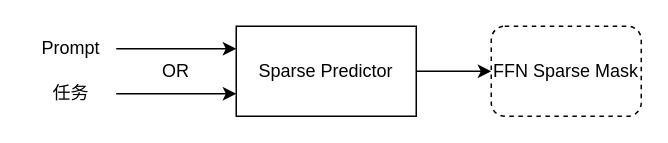
Before: llama.cpp/大语言模型的指令跟踪修剪.drawio in mailonghua/drawio, a draw.io diagram. Source tidied: cells renumbered, new cells numbered last; positions are measured from the earlier drawing's top-left corner, leaving out a move shared by most shapes. Both pictures are drawn from the tidied source at 150%, with x=0, y=0 at pixel (26, 26).
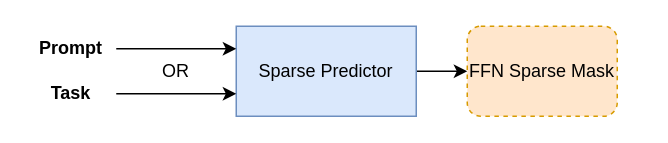
After the change.

Commit message (it also covers changes not shown here):
更新大语言模型的指令跟踪修剪.drawio

The edit, as a diff of the source:
```diff
@@
 <mxGraphModel>
   <root>
     <mxCell id="0" />
     <mxCell id="1" parent="0" />
     <mxCell id="2" style="edgeStyle=orthogonalEdgeStyle;rounded=0;jettySize=auto;html=1;" parent="1" edge="1" source="3" target="8">
       <mxGeometry relative="1" as="geometry" />
     </mxCell>
-    <mxCell id="3" value="Sparse Predictor" style="rounded=0;whiteSpace=wrap;html=1;" parent="1" vertex="1">
+    <mxCell id="3" value="Sparse Predictor" style="rounded=0;whiteSpace=wrap;html=1;fillColor=#dae8fc;strokeColor=#6c8ebf;" parent="1" vertex="1">
       <mxGeometry x="140" width="120" height="60" as="geometry" />
     </mxCell>
     <mxCell id="4" style="edgeStyle=orthogonalEdgeStyle;rounded=0;jettySize=auto;html=1;exitX=1;exitY=0.5;exitDx=0;exitDy=0;entryX=0;entryY=0.25;entryDx=0;entryDy=0;" parent="1" edge="1" source="5" target="3">
       <mxGeometry relative="1" as="geometry" />
     </mxCell>
-    <mxCell id="5" value="Prompt" style="text;strokeColor=none;align=center;fillColor=none;html=1;verticalAlign=middle;whiteSpace=wrap;rounded=0;" parent="1" vertex="1">
+    <mxCell id="5" value="Prompt" style="text;strokeColor=none;align=center;fillColor=none;html=1;verticalAlign=middle;whiteSpace=wrap;rounded=0;fontStyle=1;" parent="1" vertex="1">
       <mxGeometry width="60" height="30" as="geometry" />
     </mxCell>
     <mxCell id="6" style="edgeStyle=orthogonalEdgeStyle;rounded=0;jettySize=auto;html=1;exitX=1;exitY=0.5;exitDx=0;exitDy=0;entryX=0;entryY=0.75;entryDx=0;entryDy=0;" parent="1" edge="1" source="7" target="3">
       <mxGeometry relative="1" as="geometry" />
     </mxCell>
-    <mxCell id="7" value="任务" style="text;strokeColor=none;align=center;fillColor=none;html=1;verticalAlign=middle;whiteSpace=wrap;rounded=0;" parent="1" vertex="1">
+    <mxCell id="7" value="Task" style="text;strokeColor=none;align=center;fillColor=none;html=1;verticalAlign=middle;whiteSpace=wrap;rounded=0;fontStyle=1;" parent="1" vertex="1">
       <mxGeometry y="30" width="60" height="30" as="geometry" />
     </mxCell>
-    <mxCell id="8" value="FFN Sparse Mask" style="rounded=1;whiteSpace=wrap;html=1;glass=0;dashed=1;" parent="1" vertex="1">
-      <mxGeometry x="310" width="100" height="60" as="geometry" />
+    <mxCell id="8" value="FFN Sparse Mask" style="rounded=1;whiteSpace=wrap;html=1;glass=0;dashed=1;fillColor=#ffe6cc;strokeColor=#d79b00;" parent="1" vertex="1">
+      <mxGeometry x="294" width="100" height="60" as="geometry" />
     </mxCell>
     <mxCell id="9" value="OR" style="text;strokeColor=none;align=center;fillColor=none;html=1;verticalAlign=middle;whiteSpace=wrap;rounded=0;" parent="1" vertex="1">
       <mxGeometry x="70" y="25" width="60" height="10" as="geometry" />
     </mxCell>
   </root>
 </mxGraphModel>
```
